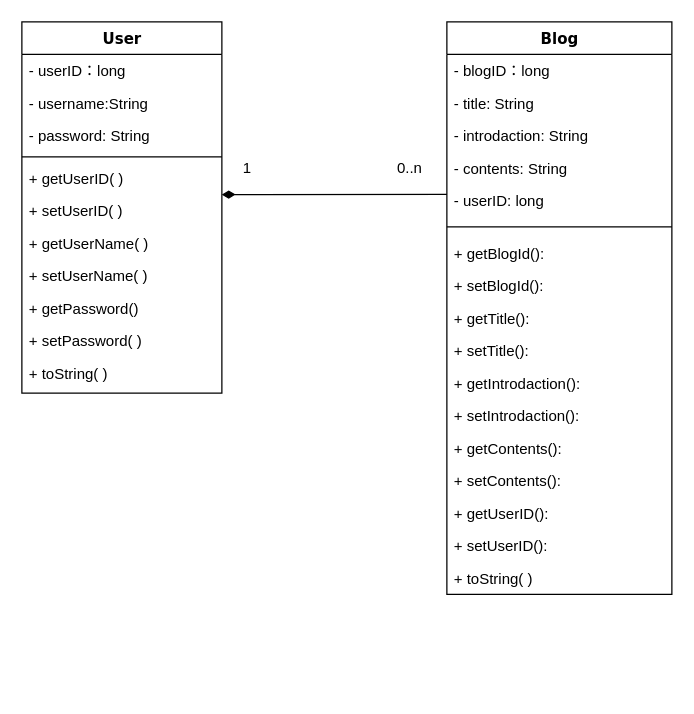
This is draw.io/class0520.drawio from sputnik190033/blog, a draw.io file, before an edit. Source tidied: cells renumbered, new cells numbered last; positions are measured from the earlier drawing's top-left corner, leaving out a move shared by most shapes. Both pictures are drawn from the tidied source at 125%, with x=0, y=0 at pixel (21, 21).
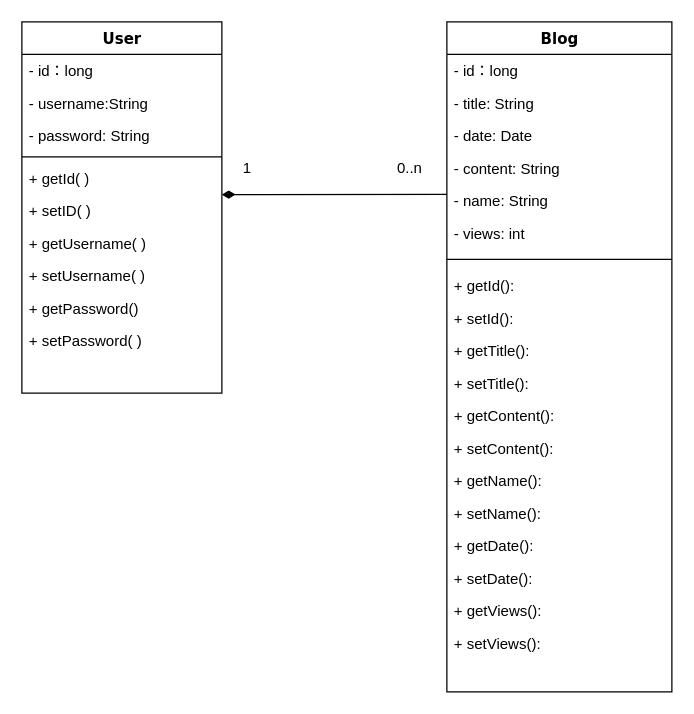
After the change.

The change refers to these unchanged cells:
```xml
<mxCell id="2" value="User" style="swimlane;html=1;fontStyle=1;align=center;verticalAlign=top;horizontal=1;startSize=26;swimlaneFillColor=#ffffff;rounded=0;shadow=0;comic=0;labelBackgroundColor=none;strokeWidth=1;fillColor=none;fontFamily=Verdana;fontSize=12;" parent="1" vertex="1">
  <mxGeometry width="160" height="297" as="geometry" />
</mxCell>
```

The edit, as a diff of the source:
```diff
@@
-    <mxCell id="3" value="- userID：long" style="text;html=1;strokeColor=none;fillColor=none;align=left;verticalAlign=top;spacingLeft=4;spacingRight=4;whiteSpace=wrap;overflow=hidden;" parent="2" vertex="1">
+    <mxCell id="3" value="- id：long" style="text;html=1;strokeColor=none;fillColor=none;align=left;verticalAlign=top;spacingLeft=4;spacingRight=4;whiteSpace=wrap;overflow=hidden;" parent="2" vertex="1">
       <mxGeometry y="26" width="160" height="26" as="geometry" />
     </mxCell>
@@
-    <mxCell id="7" value="+ getUserID( )" style="text;html=1;strokeColor=none;fillColor=none;align=left;verticalAlign=top;spacingLeft=4;spacingRight=4;whiteSpace=wrap;overflow=hidden;" parent="2" vertex="1">
+    <mxCell id="7" value="+ getId( )" style="text;html=1;strokeColor=none;fillColor=none;align=left;verticalAlign=top;spacingLeft=4;spacingRight=4;whiteSpace=wrap;overflow=hidden;" parent="2" vertex="1">
       <mxGeometry y="112" width="160" height="26" as="geometry" />
     </mxCell>
-    <mxCell id="8" value="+ setUserID( )" style="text;html=1;strokeColor=none;fillColor=none;align=left;verticalAlign=top;spacingLeft=4;spacingRight=4;whiteSpace=wrap;overflow=hidden;" parent="2" vertex="1">
+    <mxCell id="8" value="+ setID( )" style="text;html=1;strokeColor=none;fillColor=none;align=left;verticalAlign=top;spacingLeft=4;spacingRight=4;whiteSpace=wrap;overflow=hidden;" parent="2" vertex="1">
       <mxGeometry y="138" width="160" height="26" as="geometry" />
     </mxCell>
-    <mxCell id="9" value="+ getUserName( )" style="text;html=1;strokeColor=none;fillColor=none;align=left;verticalAlign=top;spacingLeft=4;spacingRight=4;whiteSpace=wrap;overflow=hidden;" parent="2" vertex="1">
+    <mxCell id="9" value="+ getUsername( )" style="text;html=1;strokeColor=none;fillColor=none;align=left;verticalAlign=top;spacingLeft=4;spacingRight=4;whiteSpace=wrap;overflow=hidden;" parent="2" vertex="1">
       <mxGeometry y="164" width="160" height="26" as="geometry" />
     </mxCell>
-    <mxCell id="10" value="+ setUserName( )" style="text;html=1;strokeColor=none;fillColor=none;align=left;verticalAlign=top;spacingLeft=4;spacingRight=4;whiteSpace=wrap;overflow=hidden;" parent="2" vertex="1">
+    <mxCell id="10" value="+ setUsername( )" style="text;html=1;strokeColor=none;fillColor=none;align=left;verticalAlign=top;spacingLeft=4;spacingRight=4;whiteSpace=wrap;overflow=hidden;" parent="2" vertex="1">
       <mxGeometry y="190" width="160" height="26" as="geometry" />
     </mxCell>
@@
-    <mxCell id="13" value="+ toString( )" style="text;html=1;strokeColor=none;fillColor=none;align=left;verticalAlign=top;spacingLeft=4;spacingRight=4;whiteSpace=wrap;overflow=hidden;" parent="2" vertex="1">
-      <mxGeometry y="268" width="160" height="26" as="geometry" />
-    </mxCell>
     <mxCell id="14" value="Blog" style="swimlane;html=1;fontStyle=1;align=center;verticalAlign=top;horizontal=1;startSize=26;swimlaneFillColor=#ffffff;rounded=0;shadow=0;comic=0;labelBackgroundColor=none;strokeWidth=1;fillColor=none;fontFamily=Verdana;fontSize=12;" parent="1" vertex="1">
-      <mxGeometry x="340" width="180" height="458" as="geometry" />
+      <mxGeometry x="340" width="180" height="536" as="geometry" />
     </mxCell>
-    <mxCell id="15" value="- blogID：long" style="text;html=1;strokeColor=none;fillColor=none;align=left;verticalAlign=top;spacingLeft=4;spacingRight=4;whiteSpace=wrap;overflow=hidden;" parent="14" vertex="1">
+    <mxCell id="15" value="- id：long" style="text;html=1;strokeColor=none;fillColor=none;align=left;verticalAlign=top;spacingLeft=4;spacingRight=4;whiteSpace=wrap;overflow=hidden;" parent="14" vertex="1">
       <mxGeometry y="26" width="180" height="26" as="geometry" />
     </mxCell>
@@
-    <mxCell id="17" value="- introdaction: String" style="text;html=1;strokeColor=none;fillColor=none;align=left;verticalAlign=top;spacingLeft=4;spacingRight=4;whiteSpace=wrap;overflow=hidden;" parent="14" vertex="1">
+    <mxCell id="17" value="- date: Date" style="text;html=1;strokeColor=none;fillColor=none;align=left;verticalAlign=top;spacingLeft=4;spacingRight=4;whiteSpace=wrap;overflow=hidden;" parent="14" vertex="1">
       <mxGeometry y="78" width="180" height="26" as="geometry" />
     </mxCell>
-    <mxCell id="18" value="- contents: String" style="text;html=1;strokeColor=none;fillColor=none;align=left;verticalAlign=top;spacingLeft=4;spacingRight=4;whiteSpace=wrap;overflow=hidden;" parent="14" vertex="1">
+    <mxCell id="18" value="- content: String" style="text;html=1;strokeColor=none;fillColor=none;align=left;verticalAlign=top;spacingLeft=4;spacingRight=4;whiteSpace=wrap;overflow=hidden;" parent="14" vertex="1">
       <mxGeometry y="104" width="180" height="26" as="geometry" />
     </mxCell>
-    <mxCell id="19" value="- userID: long" style="text;html=1;strokeColor=none;fillColor=none;align=left;verticalAlign=top;spacingLeft=4;spacingRight=4;whiteSpace=wrap;overflow=hidden;" parent="14" vertex="1">
+    <mxCell id="19" value="- name: String" style="text;html=1;strokeColor=none;fillColor=none;align=left;verticalAlign=top;spacingLeft=4;spacingRight=4;whiteSpace=wrap;overflow=hidden;" parent="14" vertex="1">
       <mxGeometry y="130" width="180" height="26" as="geometry" />
     </mxCell>
+    <mxCell id="35" value="- views: int" style="text;html=1;strokeColor=none;fillColor=none;align=left;verticalAlign=top;spacingLeft=4;spacingRight=4;whiteSpace=wrap;overflow=hidden;" parent="14" vertex="1">
+      <mxGeometry y="156" width="180" height="26" as="geometry" />
+    </mxCell>
     <mxCell id="20" style="line;html=1;strokeWidth=1;fillColor=none;align=left;verticalAlign=middle;spacingTop=-1;spacingLeft=3;spacingRight=3;labelPosition=right;" parent="14" vertex="1">
-      <mxGeometry y="156" width="180" height="16" as="geometry" />
+      <mxGeometry y="182" width="180" height="16" as="geometry" />
     </mxCell>
-    <mxCell id="21" value="+ getBlogId():&amp;nbsp;" style="text;html=1;strokeColor=none;fillColor=none;align=left;verticalAlign=top;spacingLeft=4;spacingRight=4;whiteSpace=wrap;overflow=hidden;" parent="14" vertex="1">
-      <mxGeometry y="172" width="180" height="26" as="geometry" />
+    <mxCell id="21" value="+ getId():&amp;nbsp;" style="text;html=1;strokeColor=none;fillColor=none;align=left;verticalAlign=top;spacingLeft=4;spacingRight=4;whiteSpace=wrap;overflow=hidden;" parent="14" vertex="1">
+      <mxGeometry y="198" width="180" height="26" as="geometry" />
     </mxCell>
-    <mxCell id="22" value="+ setBlogId():" style="text;html=1;strokeColor=none;fillColor=none;align=left;verticalAlign=top;spacingLeft=4;spacingRight=4;whiteSpace=wrap;overflow=hidden;" parent="14" vertex="1">
-      <mxGeometry y="198" width="180" height="26" as="geometry" />
+    <mxCell id="22" value="+ setId():" style="text;html=1;strokeColor=none;fillColor=none;align=left;verticalAlign=top;spacingLeft=4;spacingRight=4;whiteSpace=wrap;overflow=hidden;" parent="14" vertex="1">
+      <mxGeometry y="224" width="180" height="26" as="geometry" />
     </mxCell>
     <mxCell id="23" value="+ getTitle():" style="text;html=1;strokeColor=none;fillColor=none;align=left;verticalAlign=top;spacingLeft=4;spacingRight=4;whiteSpace=wrap;overflow=hidden;" parent="14" vertex="1">
-      <mxGeometry y="224" width="180" height="26" as="geometry" />
+      <mxGeometry y="250" width="180" height="26" as="geometry" />
     </mxCell>
     <mxCell id="24" value="+ setTitle():" style="text;html=1;strokeColor=none;fillColor=none;align=left;verticalAlign=top;spacingLeft=4;spacingRight=4;whiteSpace=wrap;overflow=hidden;" parent="14" vertex="1">
-      <mxGeometry y="250" width="180" height="26" as="geometry" />
+      <mxGeometry y="276" width="180" height="26" as="geometry" />
     </mxCell>
-    <mxCell id="25" value="+ getIntrodaction():" style="text;html=1;strokeColor=none;fillColor=none;align=left;verticalAlign=top;spacingLeft=4;spacingRight=4;whiteSpace=wrap;overflow=hidden;" parent="14" vertex="1">
-      <mxGeometry y="276" width="180" height="26" as="geometry" />
-    </mxCell>
-    <mxCell id="26" value="+ setIntrodaction():" style="text;html=1;strokeColor=none;fillColor=none;align=left;verticalAlign=top;spacingLeft=4;spacingRight=4;whiteSpace=wrap;overflow=hidden;" parent="14" vertex="1">
-      <mxGeometry y="302" width="180" height="26" as="geometry" />
-    </mxCell>
-    <mxCell id="27" value="+ getContents():" style="text;html=1;strokeColor=none;fillColor=none;align=left;verticalAlign=top;spacingLeft=4;spacingRight=4;whiteSpace=wrap;overflow=hidden;" parent="14" vertex="1">
-      <mxGeometry y="328" width="180" height="26" as="geometry" />
+    <mxCell id="27" value="+ getContent():" style="text;html=1;strokeColor=none;fillColor=none;align=left;verticalAlign=top;spacingLeft=4;spacingRight=4;whiteSpace=wrap;overflow=hidden;" parent="14" vertex="1">
+      <mxGeometry y="302" width="180" height="26" as="geometry" />
     </mxCell>
-    <mxCell id="28" value="+ setContents():" style="text;html=1;strokeColor=none;fillColor=none;align=left;verticalAlign=top;spacingLeft=4;spacingRight=4;whiteSpace=wrap;overflow=hidden;" parent="14" vertex="1">
-      <mxGeometry y="354" width="180" height="26" as="geometry" />
+    <mxCell id="28" value="+ setContent():" style="text;html=1;strokeColor=none;fillColor=none;align=left;verticalAlign=top;spacingLeft=4;spacingRight=4;whiteSpace=wrap;overflow=hidden;" parent="14" vertex="1">
+      <mxGeometry y="328" width="180" height="26" as="geometry" />
     </mxCell>
-    <mxCell id="29" value="+ getUserID():" style="text;html=1;strokeColor=none;fillColor=none;align=left;verticalAlign=top;spacingLeft=4;spacingRight=4;whiteSpace=wrap;overflow=hidden;" parent="14" vertex="1">
-      <mxGeometry y="380" width="180" height="26" as="geometry" />
+    <mxCell id="29" value="+ getName():" style="text;html=1;strokeColor=none;fillColor=none;align=left;verticalAlign=top;spacingLeft=4;spacingRight=4;whiteSpace=wrap;overflow=hidden;" parent="14" vertex="1">
+      <mxGeometry y="354" width="180" height="26" as="geometry" />
     </mxCell>
-    <mxCell id="30" value="+ setUserID():" style="text;html=1;strokeColor=none;fillColor=none;align=left;verticalAlign=top;spacingLeft=4;spacingRight=4;whiteSpace=wrap;overflow=hidden;" parent="14" vertex="1">
-      <mxGeometry y="406" width="180" height="26" as="geometry" />
+    <mxCell id="30" value="+ setName():" style="text;html=1;strokeColor=none;fillColor=none;align=left;verticalAlign=top;spacingLeft=4;spacingRight=4;whiteSpace=wrap;overflow=hidden;" parent="14" vertex="1">
+      <mxGeometry y="380" width="180" height="26" as="geometry" />
     </mxCell>
-    <mxCell id="31" value="+ toString( )" style="text;html=1;strokeColor=none;fillColor=none;align=left;verticalAlign=top;spacingLeft=4;spacingRight=4;whiteSpace=wrap;overflow=hidden;" parent="14" vertex="1">
-      <mxGeometry y="432" width="180" height="26" as="geometry" />
-    </mxCell>
+    <mxCell id="36" value="+ getDate():" style="text;html=1;strokeColor=none;fillColor=none;align=left;verticalAlign=top;spacingLeft=4;spacingRight=4;whiteSpace=wrap;overflow=hidden;" parent="14" vertex="1">
+      <mxGeometry y="406" width="180" height="26" as="geometry" />
+    </mxCell>
+    <mxCell id="37" value="+ setDate():" style="text;html=1;strokeColor=none;fillColor=none;align=left;verticalAlign=top;spacingLeft=4;spacingRight=4;whiteSpace=wrap;overflow=hidden;" parent="14" vertex="1">
+      <mxGeometry y="432" width="180" height="26" as="geometry" />
+    </mxCell>
+    <mxCell id="38" value="+ getViews():" style="text;html=1;strokeColor=none;fillColor=none;align=left;verticalAlign=top;spacingLeft=4;spacingRight=4;whiteSpace=wrap;overflow=hidden;" parent="14" vertex="1">
+      <mxGeometry y="458" width="180" height="26" as="geometry" />
+    </mxCell>
+    <mxCell id="39" value="+ setViews():" style="text;html=1;strokeColor=none;fillColor=none;align=left;verticalAlign=top;spacingLeft=4;spacingRight=4;whiteSpace=wrap;overflow=hidden;" parent="14" vertex="1">
+      <mxGeometry y="484" width="180" height="26" as="geometry" />
+    </mxCell>
```
